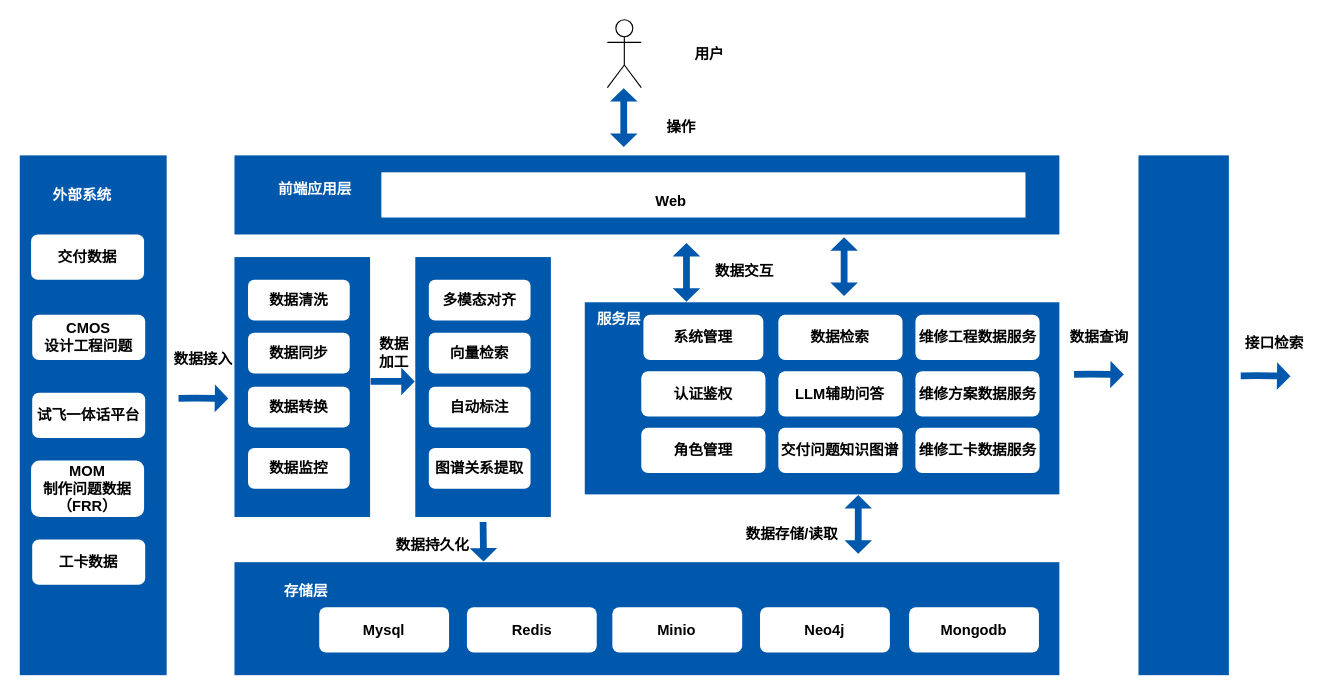
Above: 数据检索与维修数据服/C919型号问题数据检索数据架构系统.drawio in DemonHan/KuickBuy (draw.io), before the change. Source tidied: cells renumbered, new cells numbered last; positions are measured from the earlier drawing's top-left corner, leaving out a move shared by most shapes. Both pictures are drawn from the tidied source at 113%, with x=0, y=0 at pixel (19, 19).
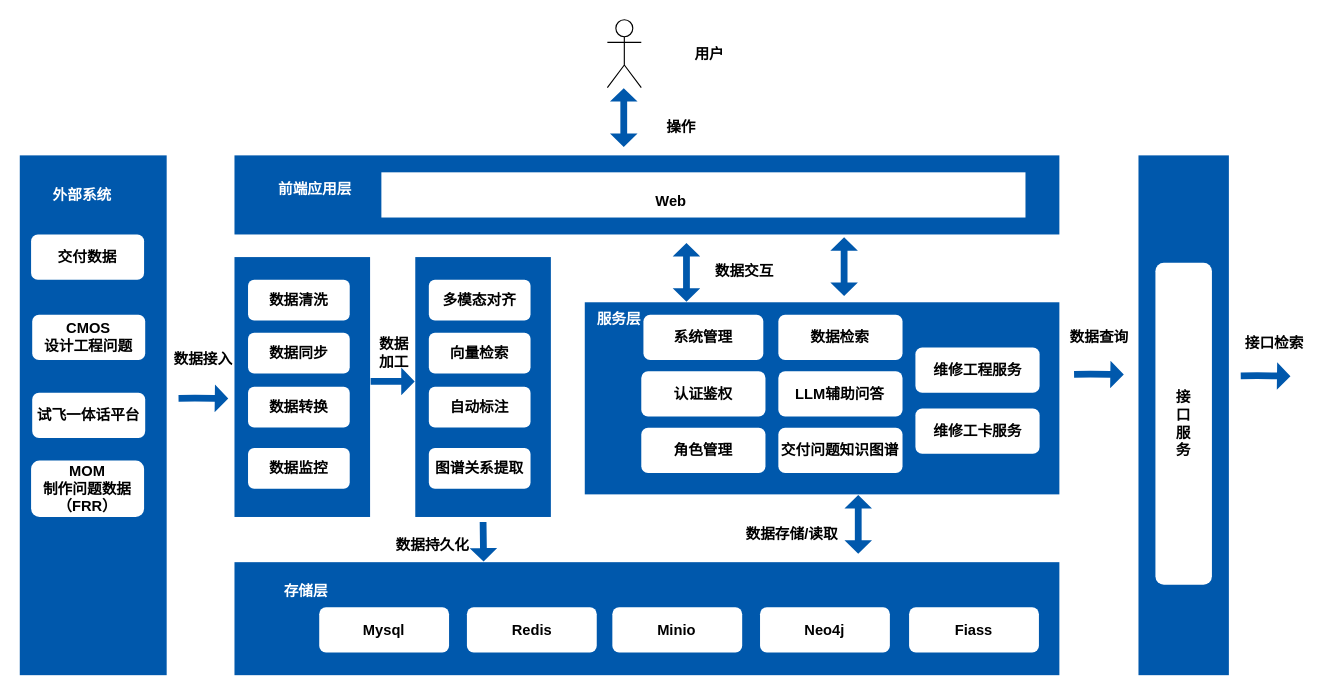
After the change.

Commit message:
更新C919型号问题数据检索数据架构系统.drawio

Unchanged cells that the change refers to:
```xml
<mxCell id="33" style="group;" parent="1" vertex="1">
  <mxGeometry x="550" y="261" width="352.5" height="140" as="geometry" />
</mxCell>
```

Change to the diagram source:
```diff
@@
-    <mxCell id="25" value="工卡数据" style="rounded=1;whiteSpace=wrap;html=1;fontStyle=1;fontSize=13;strokeColor=none;fillColor=#FFFFFF;fontColor=#000000;" parent="1" vertex="1">
-      <mxGeometry x="11" y="460" width="100" height="40" as="geometry" />
-    </mxCell>
@@
-    <mxCell id="36" value="维修工程数据服务" style="rounded=1;whiteSpace=wrap;html=1;fontStyle=1;fontSize=13;strokeColor=none;fillColor=#FFFFFF;fontColor=#000000;" parent="33" vertex="1">
-      <mxGeometry x="242.6" width="109.9" height="40" as="geometry" />
+    <mxCell id="36" value="维修工程服务" style="rounded=1;whiteSpace=wrap;html=1;fontStyle=1;fontSize=13;strokeColor=none;fillColor=#FFFFFF;fontColor=#000000;" parent="33" vertex="1">
+      <mxGeometry x="242.6" y="29" width="109.9" height="40" as="geometry" />
     </mxCell>
@@
-    <mxCell id="41" value="维修工卡数据服务" style="rounded=1;whiteSpace=wrap;html=1;fontStyle=1;fontSize=13;strokeColor=none;fillColor=#FFFFFF;fontColor=#000000;" parent="33" vertex="1">
-      <mxGeometry x="242.6" y="100" width="109.9" height="40" as="geometry" />
+    <mxCell id="41" value="维修工卡服务" style="rounded=1;whiteSpace=wrap;html=1;fontStyle=1;fontSize=13;strokeColor=none;fillColor=#FFFFFF;fontColor=#000000;" parent="33" vertex="1">
+      <mxGeometry x="242.6" y="83" width="109.9" height="40" as="geometry" />
     </mxCell>
-    <mxCell id="42" value="维修方案数据服务" style="rounded=1;whiteSpace=wrap;html=1;fontStyle=1;fontSize=13;strokeColor=none;fillColor=#FFFFFF;fontColor=#000000;" parent="33" vertex="1">
-      <mxGeometry x="242.6" y="50" width="109.9" height="40" as="geometry" />
-    </mxCell>
@@
-    <mxCell id="63" value="Mongodb" style="rounded=1;whiteSpace=wrap;html=1;fontStyle=1;fontSize=13;strokeColor=none;fillColor=#FFFFFF;fontColor=#000000;" parent="1" vertex="1">
+    <mxCell id="63" value="Fiass" style="rounded=1;whiteSpace=wrap;html=1;fontStyle=1;fontSize=13;strokeColor=none;fillColor=#FFFFFF;fontColor=#000000;" parent="1" vertex="1">
       <mxGeometry x="787" y="520" width="114.9" height="40" as="geometry" />
     </mxCell>
+    <mxCell id="64" value="接&lt;div&gt;口&lt;/div&gt;&lt;div&gt;服&lt;/div&gt;&lt;div&gt;务&lt;/div&gt;" style="rounded=1;whiteSpace=wrap;html=1;fontStyle=1;fontSize=13;strokeColor=none;fillColor=#FFFFFF;fontColor=#000000;" parent="1" vertex="1">
+      <mxGeometry x="1005" y="215" width="50" height="285" as="geometry" />
+    </mxCell>
```
